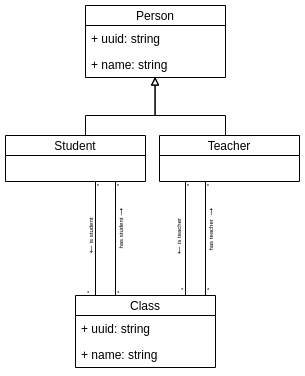
This is model.png from lazarocosta/API-REST-Node-Js-with-Neo4j-, a draw.io export, as it was before one commit. Source tidied: cells renumbered, new cells last; positions are measured from the earlier drawing's top-left corner, leaving out a move shared by most shapes. The source it was exported from:
```xml
<mxGraphModel>
  <root>
    <mxCell id="0" />
    <mxCell id="1" parent="0" />
    <mxCell id="2" value="Person" style="swimlane;fontStyle=0;horizontal=1;startSize=20;fillColor=none;" parent="1" vertex="1">
      <mxGeometry x="80" width="140" height="72" as="geometry" />
    </mxCell>
    <mxCell id="3" value="+ uuid: string" style="text;strokeColor=none;fillColor=none;align=left;verticalAlign=top;spacingLeft=4;spacingRight=4;overflow=hidden;" parent="2" vertex="1">
      <mxGeometry y="20" width="140" height="26" as="geometry" />
    </mxCell>
    <mxCell id="4" value="+ name: string" style="text;strokeColor=none;fillColor=none;align=left;verticalAlign=top;spacingLeft=4;spacingRight=4;overflow=hidden;points=[[0,0.5],[1,0.5]];portConstraint=eastwest;" parent="2" vertex="1">
      <mxGeometry y="46" width="140" height="26" as="geometry" />
    </mxCell>
    <mxCell id="5" style="edgeStyle=orthogonalEdgeStyle;rounded=0;jettySize=auto;html=1;endArrow=block;endFill=0;entryX=0.496;entryY=0.981;entryDx=0;entryDy=0;entryPerimeter=0;" parent="1" edge="1" source="6" target="4">
      <mxGeometry relative="1" as="geometry">
        <Array as="points">
          <mxPoint x="220" y="110" />
          <mxPoint x="149" y="110" />
        </Array>
      </mxGeometry>
    </mxCell>
    <mxCell id="6" value="Teacher" style="swimlane;fontStyle=0;horizontal=1;startSize=20;fillColor=none;" parent="1" vertex="1">
      <mxGeometry x="154" y="130" width="140" height="46" as="geometry" />
    </mxCell>
    <mxCell id="7" style="edgeStyle=orthogonalEdgeStyle;rounded=0;jettySize=auto;html=1;endArrow=block;endFill=0;entryX=0.498;entryY=0.982;entryDx=0;entryDy=0;entryPerimeter=0;" parent="1" edge="1" source="8" target="4">
      <mxGeometry relative="1" as="geometry">
        <Array as="points">
          <mxPoint x="80" y="110" />
          <mxPoint x="150" y="110" />
        </Array>
      </mxGeometry>
    </mxCell>
    <mxCell id="8" value="Student" style="swimlane;fontStyle=0;horizontal=1;startSize=20;fillColor=none;" parent="1" vertex="1">
      <mxGeometry y="130" width="140" height="46" as="geometry" />
    </mxCell>
    <mxCell id="9" style="edgeStyle=orthogonalEdgeStyle;rounded=0;orthogonalLoop=1;jettySize=auto;html=1;endArrow=none;endFill=0;" parent="1" edge="1">
      <mxGeometry relative="1" as="geometry">
        <mxPoint x="90" y="290" as="sourcePoint" />
        <mxPoint x="90" y="176" as="targetPoint" />
        <Array as="points">
          <mxPoint x="90" y="176" />
        </Array>
      </mxGeometry>
    </mxCell>
    <mxCell id="10" value="*" style="text;html=1;align=left;verticalAlign=top;labelBackgroundColor=none;fontSize=6;" parent="9" vertex="1">
      <mxGeometry x="1" y="-104" relative="1" as="geometry">
        <mxPoint x="-10" y="102" as="offset" />
      </mxGeometry>
    </mxCell>
    <mxCell id="11" value="*" style="text;html=1;align=right;verticalAlign=middle;labelBackgroundColor=#ffffff;fontSize=6;" parent="9" vertex="1">
      <mxGeometry x="1" y="5" relative="1" as="geometry">
        <mxPoint x="5" y="5" as="offset" />
      </mxGeometry>
    </mxCell>
    <mxCell id="12" value="&lt;span id=&quot;docs-internal-guid-a90370dc-7fff-cc6c-7c6a-f4c4ccffee6b&quot;&gt;&lt;span style=&quot;font-family: arial; vertical-align: baseline; white-space: pre-wrap;&quot;&gt;&lt;font style=&quot;font-size: 12px&quot;&gt;←&lt;/font&gt;&lt;/span&gt;&lt;/span&gt;is student" style="text;html=1;align=right;verticalAlign=top;labelBackgroundColor=none;fontSize=6;horizontal=0;" parent="9" vertex="1">
      <mxGeometry x="1" y="36" relative="1" as="geometry">
        <mxPoint x="-20" y="36" as="offset" />
      </mxGeometry>
    </mxCell>
    <mxCell id="13" style="edgeStyle=orthogonalEdgeStyle;rounded=0;orthogonalLoop=1;jettySize=auto;html=1;endArrow=none;endFill=0;" parent="1" edge="1">
      <mxGeometry relative="1" as="geometry">
        <mxPoint x="110" y="290" as="sourcePoint" />
        <mxPoint x="110" y="176" as="targetPoint" />
        <Array as="points">
          <mxPoint x="110" y="176" />
        </Array>
      </mxGeometry>
    </mxCell>
    <mxCell id="14" value="*" style="text;html=1;align=left;verticalAlign=top;labelBackgroundColor=none;fontSize=6;" parent="13" vertex="1">
      <mxGeometry x="1" y="-104" relative="1" as="geometry">
        <mxPoint y="102" as="offset" />
      </mxGeometry>
    </mxCell>
    <mxCell id="15" value="*" style="text;html=1;align=right;verticalAlign=middle;labelBackgroundColor=#ffffff;fontSize=6;" parent="13" vertex="1">
      <mxGeometry x="1" y="5" relative="1" as="geometry">
        <mxPoint x="5" y="5" as="offset" />
      </mxGeometry>
    </mxCell>
    <mxCell id="16" value="&lt;span&gt;has student&lt;/span&gt;&lt;span style=&quot;font-family: &amp;#34;arial&amp;#34; ; font-size: 12px ; font-weight: 700 ; white-space: pre-wrap&quot;&gt;→&lt;/span&gt;" style="text;html=1;align=right;verticalAlign=top;labelBackgroundColor=none;fontSize=6;horizontal=0;" parent="13" vertex="1">
      <mxGeometry x="1" y="36" relative="1" as="geometry">
        <mxPoint x="-10" y="24" as="offset" />
      </mxGeometry>
    </mxCell>
    <mxCell id="17" style="edgeStyle=orthogonalEdgeStyle;rounded=0;orthogonalLoop=1;jettySize=auto;html=1;endArrow=none;endFill=0;" parent="1" edge="1">
      <mxGeometry relative="1" as="geometry">
        <mxPoint x="200" y="290" as="sourcePoint" />
        <mxPoint x="200" y="176" as="targetPoint" />
        <Array as="points">
          <mxPoint x="200" y="176" />
        </Array>
      </mxGeometry>
    </mxCell>
    <mxCell id="18" value="*" style="text;html=1;align=left;verticalAlign=top;labelBackgroundColor=none;fontSize=6;" parent="17" vertex="1">
      <mxGeometry x="1" y="-104" relative="1" as="geometry">
        <mxPoint y="99" as="offset" />
      </mxGeometry>
    </mxCell>
    <mxCell id="19" value="*" style="text;html=1;align=right;verticalAlign=middle;labelBackgroundColor=#ffffff;fontSize=6;" parent="17" vertex="1">
      <mxGeometry x="1" y="5" relative="1" as="geometry">
        <mxPoint x="5" y="5" as="offset" />
      </mxGeometry>
    </mxCell>
    <mxCell id="20" value="&lt;span&gt;has teacher&amp;nbsp;&lt;/span&gt;&lt;span style=&quot;font-family: &amp;#34;arial&amp;#34; ; font-size: 12px ; font-weight: 700 ; white-space: pre-wrap&quot;&gt;→&lt;/span&gt;&lt;span&gt;&lt;br&gt;&lt;/span&gt;" style="text;html=1;align=right;verticalAlign=top;labelBackgroundColor=none;fontSize=6;horizontal=0;" parent="17" vertex="1">
      <mxGeometry x="1" y="36" relative="1" as="geometry">
        <mxPoint x="-10" y="24" as="offset" />
      </mxGeometry>
    </mxCell>
    <mxCell id="21" style="edgeStyle=orthogonalEdgeStyle;rounded=0;orthogonalLoop=1;jettySize=auto;html=1;endArrow=none;endFill=0;" parent="1" edge="1">
      <mxGeometry relative="1" as="geometry">
        <mxPoint x="180" y="290" as="sourcePoint" />
        <mxPoint x="180" y="176" as="targetPoint" />
        <Array as="points">
          <mxPoint x="180" y="176" />
        </Array>
      </mxGeometry>
    </mxCell>
    <mxCell id="22" value="*" style="text;html=1;align=left;verticalAlign=top;labelBackgroundColor=none;fontSize=6;" parent="21" vertex="1">
      <mxGeometry x="1" y="-104" relative="1" as="geometry">
        <mxPoint x="-6" y="99" as="offset" />
      </mxGeometry>
    </mxCell>
    <mxCell id="23" value="*" style="text;html=1;align=right;verticalAlign=middle;labelBackgroundColor=#ffffff;fontSize=6;" parent="21" vertex="1">
      <mxGeometry x="1" y="5" relative="1" as="geometry">
        <mxPoint x="5" y="5" as="offset" />
      </mxGeometry>
    </mxCell>
    <mxCell id="24" value="&lt;span id=&quot;docs-internal-guid-a90370dc-7fff-cc6c-7c6a-f4c4ccffee6b&quot;&gt;&lt;span style=&quot;font-family: &amp;#34;arial&amp;#34; ; background-color: transparent ; vertical-align: baseline ; white-space: pre-wrap&quot;&gt;&lt;font style=&quot;font-size: 12px&quot;&gt;←&lt;/font&gt;&lt;/span&gt;&lt;/span&gt;is teacher" style="text;html=1;align=right;verticalAlign=bottom;labelBackgroundColor=#ffffff;fontSize=6;horizontal=0;" parent="21" vertex="1">
      <mxGeometry x="1" y="36" relative="1" as="geometry">
        <mxPoint y="36" as="offset" />
      </mxGeometry>
    </mxCell>
    <mxCell id="25" value="Class" style="swimlane;fontStyle=0;horizontal=1;startSize=20;fillColor=none;" parent="1" vertex="1">
      <mxGeometry x="70" y="290" width="140" height="72" as="geometry" />
    </mxCell>
    <mxCell id="26" value="+ uuid: string" style="text;strokeColor=none;fillColor=none;align=left;verticalAlign=top;spacingLeft=4;spacingRight=4;overflow=hidden;" parent="25" vertex="1">
      <mxGeometry y="20" width="140" height="26" as="geometry" />
    </mxCell>
    <mxCell id="27" value="+ name: string" style="text;strokeColor=none;fillColor=none;align=left;verticalAlign=top;spacingLeft=4;spacingRight=4;overflow=hidden;" parent="25" vertex="1">
      <mxGeometry y="46" width="140" height="26" as="geometry" />
    </mxCell>
  </root>
</mxGraphModel>
```
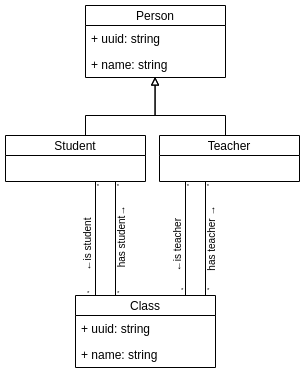
The same diagram one commit later.

What changed in the source:
```diff
@@ -52,7 +52,7 @@
         <mxPoint x="5" y="5" as="offset" />
       </mxGeometry>
     </mxCell>
-    <mxCell id="12" value="&lt;span id=&quot;docs-internal-guid-a90370dc-7fff-cc6c-7c6a-f4c4ccffee6b&quot;&gt;&lt;span style=&quot;font-family: arial; vertical-align: baseline; white-space: pre-wrap;&quot;&gt;&lt;font style=&quot;font-size: 12px&quot;&gt;←&lt;/font&gt;&lt;/span&gt;&lt;/span&gt;is student" style="text;html=1;align=right;verticalAlign=top;labelBackgroundColor=none;fontSize=6;horizontal=0;" parent="9" vertex="1">
+    <mxCell id="12" value="&lt;font style=&quot;font-size: 10px&quot;&gt;&lt;span id=&quot;docs-internal-guid-a90370dc-7fff-cc6c-7c6a-f4c4ccffee6b&quot;&gt;&lt;span style=&quot;font-family: &amp;#34;arial&amp;#34; ; vertical-align: baseline ; white-space: pre-wrap&quot;&gt;&lt;font style=&quot;font-size: 10px&quot;&gt;←&lt;/font&gt;&lt;/span&gt;&lt;/span&gt;is student&lt;/font&gt;" style="text;html=1;align=right;verticalAlign=top;labelBackgroundColor=none;fontSize=6;horizontal=0;" parent="9" vertex="1">
       <mxGeometry x="1" y="36" relative="1" as="geometry">
         <mxPoint x="-20" y="36" as="offset" />
       </mxGeometry>
@@ -76,9 +76,9 @@
         <mxPoint x="5" y="5" as="offset" />
       </mxGeometry>
     </mxCell>
-    <mxCell id="16" value="&lt;span&gt;has student&lt;/span&gt;&lt;span style=&quot;font-family: &amp;#34;arial&amp;#34; ; font-size: 12px ; font-weight: 700 ; white-space: pre-wrap&quot;&gt;→&lt;/span&gt;" style="text;html=1;align=right;verticalAlign=top;labelBackgroundColor=none;fontSize=6;horizontal=0;" parent="13" vertex="1">
+    <mxCell id="16" value="&lt;font style=&quot;font-size: 10px&quot;&gt;&lt;span&gt;has student&lt;/span&gt;&lt;span style=&quot;font-family: &amp;#34;arial&amp;#34; ; font-weight: 700 ; white-space: pre-wrap&quot;&gt;→&lt;/span&gt;&lt;/font&gt;" style="text;html=1;align=right;verticalAlign=top;labelBackgroundColor=none;fontSize=6;horizontal=0;" parent="13" vertex="1">
       <mxGeometry x="1" y="36" relative="1" as="geometry">
-        <mxPoint x="-10" y="24" as="offset" />
+        <mxPoint x="-6" y="24" as="offset" />
       </mxGeometry>
     </mxCell>
     <mxCell id="17" style="edgeStyle=orthogonalEdgeStyle;rounded=0;orthogonalLoop=1;jettySize=auto;html=1;endArrow=none;endFill=0;" parent="1" edge="1">
@@ -100,9 +100,9 @@
         <mxPoint x="5" y="5" as="offset" />
       </mxGeometry>
     </mxCell>
-    <mxCell id="20" value="&lt;span&gt;has teacher&amp;nbsp;&lt;/span&gt;&lt;span style=&quot;font-family: &amp;#34;arial&amp;#34; ; font-size: 12px ; font-weight: 700 ; white-space: pre-wrap&quot;&gt;→&lt;/span&gt;&lt;span&gt;&lt;br&gt;&lt;/span&gt;" style="text;html=1;align=right;verticalAlign=top;labelBackgroundColor=none;fontSize=6;horizontal=0;" parent="17" vertex="1">
+    <mxCell id="20" value="&lt;font style=&quot;font-size: 10px&quot;&gt;&lt;span&gt;has teacher&amp;nbsp;&lt;/span&gt;&lt;span style=&quot;font-family: &amp;#34;arial&amp;#34; ; font-weight: 700 ; white-space: pre-wrap&quot;&gt;→&lt;/span&gt;&lt;/font&gt;&lt;span&gt;&lt;br&gt;&lt;/span&gt;" style="text;html=1;align=right;verticalAlign=top;labelBackgroundColor=none;fontSize=6;horizontal=0;" parent="17" vertex="1">
       <mxGeometry x="1" y="36" relative="1" as="geometry">
-        <mxPoint x="-10" y="24" as="offset" />
+        <mxPoint x="-6" y="24" as="offset" />
       </mxGeometry>
     </mxCell>
     <mxCell id="21" style="edgeStyle=orthogonalEdgeStyle;rounded=0;orthogonalLoop=1;jettySize=auto;html=1;endArrow=none;endFill=0;" parent="1" edge="1">
@@ -124,7 +124,7 @@
         <mxPoint x="5" y="5" as="offset" />
       </mxGeometry>
     </mxCell>
-    <mxCell id="24" value="&lt;span id=&quot;docs-internal-guid-a90370dc-7fff-cc6c-7c6a-f4c4ccffee6b&quot;&gt;&lt;span style=&quot;font-family: &amp;#34;arial&amp;#34; ; background-color: transparent ; vertical-align: baseline ; white-space: pre-wrap&quot;&gt;&lt;font style=&quot;font-size: 12px&quot;&gt;←&lt;/font&gt;&lt;/span&gt;&lt;/span&gt;is teacher" style="text;html=1;align=right;verticalAlign=bottom;labelBackgroundColor=#ffffff;fontSize=6;horizontal=0;" parent="21" vertex="1">
+    <mxCell id="24" value="&lt;font style=&quot;font-size: 10px&quot;&gt;&lt;span id=&quot;docs-internal-guid-a90370dc-7fff-cc6c-7c6a-f4c4ccffee6b&quot;&gt;&lt;span style=&quot;font-family: &amp;#34;arial&amp;#34; ; background-color: transparent ; vertical-align: baseline ; white-space: pre-wrap&quot;&gt;&lt;font style=&quot;font-size: 10px&quot;&gt;←&lt;/font&gt;&lt;/span&gt;&lt;/span&gt;is teacher&lt;/font&gt;" style="text;html=1;align=right;verticalAlign=bottom;labelBackgroundColor=#ffffff;fontSize=6;horizontal=0;" parent="21" vertex="1">
       <mxGeometry x="1" y="36" relative="1" as="geometry">
         <mxPoint y="36" as="offset" />
       </mxGeometry>
```
